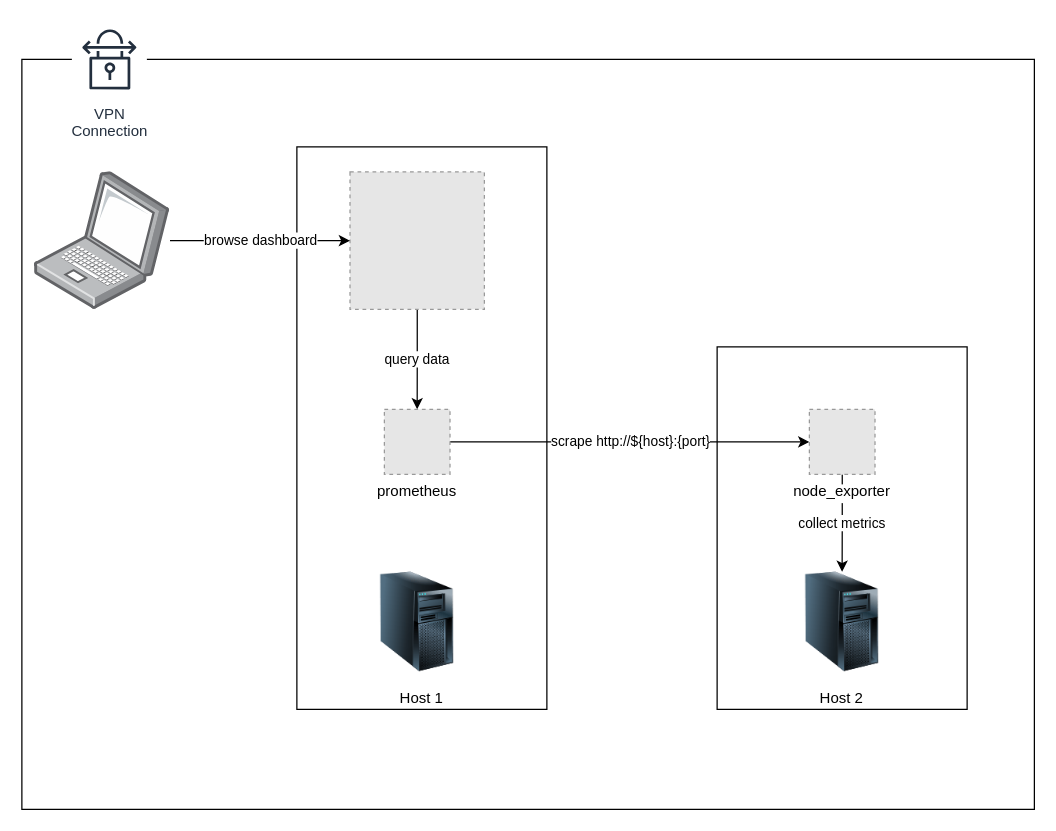
Before: grafana.drawio in Y4suyuki/drawio-diagrams, a draw.io diagram. Source tidied: cells renumbered, new cells numbered last; positions are measured from the earlier drawing's top-left corner, leaving out a move shared by most shapes. Both pictures are drawn from the tidied source at 125%, with x=0, y=0 at pixel (21, 21). Pictures stored in the file or linked from it are replaced by grey dashed boxes.
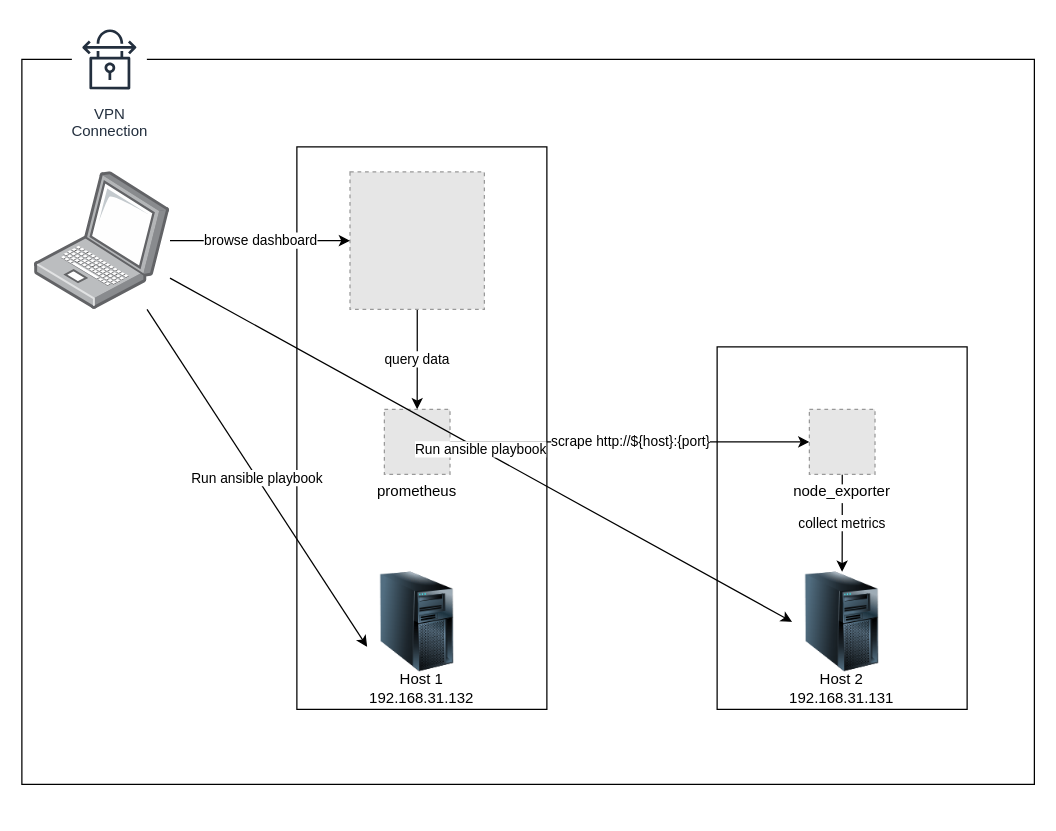
After the change.

The edit, as a diff of the source:
```diff
@@
 <mxGraphModel>
   <root>
     <mxCell id="0" />
     <mxCell id="1" parent="0" />
     <mxCell id="2" style="rounded=0;whiteSpace=wrap;html=1;" parent="1" vertex="1">
-      <mxGeometry y="30" width="810" height="600" as="geometry" />
+      <mxGeometry y="30" width="810" height="580" as="geometry" />
     </mxCell>
-    <mxCell id="3" value="Host 2" style="rounded=0;whiteSpace=wrap;html=1;verticalAlign=bottom;" parent="1" vertex="1">
+    <mxCell id="3" value="Host 2&lt;div&gt;192.168.31.131&lt;/div&gt;" style="rounded=0;whiteSpace=wrap;html=1;verticalAlign=bottom;" parent="1" vertex="1">
       <mxGeometry x="556.2" y="260" width="200" height="290" as="geometry" />
     </mxCell>
-    <mxCell id="4" value="Host 1" style="rounded=0;whiteSpace=wrap;html=1;align=center;verticalAlign=bottom;" parent="1" vertex="1">
+    <mxCell id="4" value="Host 1&lt;div&gt;192.168.31.132&lt;/div&gt;" style="rounded=0;whiteSpace=wrap;html=1;align=center;verticalAlign=bottom;" parent="1" vertex="1">
       <mxGeometry x="220" y="100" width="200" height="450" as="geometry" />
     </mxCell>
     <mxCell id="5" style="image;html=1;image=img/lib/clip_art/computers/Server_Tower_128x128.png;" parent="1" vertex="1">
       <mxGeometry x="276.2" y="440" width="80" height="80" as="geometry" />
     </mxCell>
     <mxCell id="6" style="image;html=1;image=img/lib/clip_art/computers/Server_Tower_128x128.png;" parent="1" vertex="1">
       <mxGeometry x="616.2" y="440" width="80" height="80" as="geometry" />
     </mxCell>
     <mxCell id="7" value="query data" style="edgeStyle=orthogonalEdgeStyle;rounded=0;jettySize=auto;html=1;entryX=0.5;entryY=0;entryDx=0;entryDy=0;" parent="1" edge="1" source="8" target="10">
       <mxGeometry relative="1" as="geometry" />
     </mxCell>
     <mxCell id="8" style="fillColor=#E6E6E6;strokeColor=#999999;dashed=1;verticalLabelPosition=bottom;labelBackgroundColor=default;verticalAlign=top;" parent="1" vertex="1">
       <mxGeometry x="262.5" y="120" width="107.5" height="110" as="geometry" />
     </mxCell>
     <mxCell id="9" value="scrape http://${host}:{port}" style="edgeStyle=orthogonalEdgeStyle;rounded=0;jettySize=auto;html=1;entryX=0;entryY=0.5;entryDx=0;entryDy=0;" parent="1" edge="1" source="10" target="12">
       <mxGeometry relative="1" as="geometry" />
     </mxCell>
     <mxCell id="10" value="prometheus" style="fillColor=#E6E6E6;strokeColor=#999999;dashed=1;verticalLabelPosition=bottom;labelBackgroundColor=default;verticalAlign=top;" parent="1" vertex="1">
       <mxGeometry x="290" y="310" width="52.5" height="52" as="geometry" />
     </mxCell>
     <mxCell id="11" value="collect metrics" style="edgeStyle=orthogonalEdgeStyle;rounded=0;jettySize=auto;html=1;" parent="1" edge="1" source="12" target="6">
       <mxGeometry relative="1" as="geometry" />
     </mxCell>
     <mxCell id="12" value="node_exporter" style="fillColor=#E6E6E6;strokeColor=#999999;dashed=1;verticalLabelPosition=bottom;labelBackgroundColor=default;verticalAlign=top;" parent="1" vertex="1">
       <mxGeometry x="630" y="310" width="52.5" height="52" as="geometry" />
     </mxCell>
     <mxCell id="13" value="browse dashboard" style="edgeStyle=orthogonalEdgeStyle;rounded=0;jettySize=auto;html=1;" parent="1" edge="1" source="14" target="8">
       <mxGeometry relative="1" as="geometry" />
     </mxCell>
+    <mxCell id="16" value="Run ansible playbook" style="rounded=0;jettySize=auto;html=1;entryX=0;entryY=0.75;entryDx=0;entryDy=0;" parent="1" edge="1" source="14" target="5">
+      <mxGeometry relative="1" as="geometry" />
+    </mxCell>
+    <mxCell id="17" value="Run ansible playbook" style="rounded=0;jettySize=auto;html=1;entryX=0;entryY=0.5;entryDx=0;entryDy=0;" parent="1" edge="1" source="14" target="6">
+      <mxGeometry relative="1" as="geometry" />
+    </mxCell>
     <mxCell id="14" style="image;points=[];html=1;align=center;shadow=0;dashed=0;image=img/lib/allied_telesis/computer_and_terminals/Laptop.svg;" parent="1" vertex="1">
       <mxGeometry x="10" y="120" width="108.5" height="110" as="geometry" />
     </mxCell>
     <mxCell id="15" value="VPN&#10;Connection" style="sketch=0;fontColor=#232F3E;gradientColor=none;strokeColor=#232F3E;fillColor=#ffffff;dashed=0;verticalLabelPosition=bottom;verticalAlign=top;align=center;html=1;fontSize=12;fontStyle=0;shape=mxgraph.aws4.resourceIcon;resIcon=mxgraph.aws4.vpn_connection;" parent="1" vertex="1">
       <mxGeometry x="40" width="60" height="60" as="geometry" />
     </mxCell>
   </root>
 </mxGraphModel>
```
